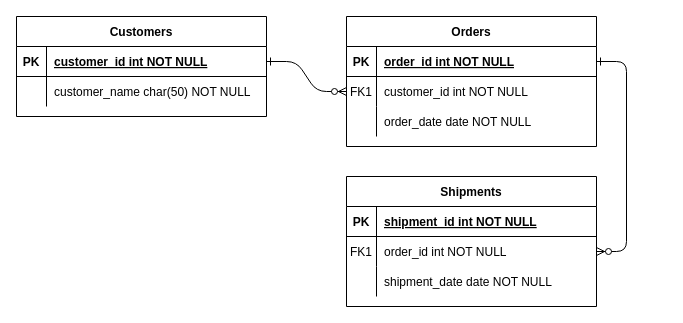
The draw.io diagram document/my_board_erd.drawio in lminjung99/my-board, before the edit. Source tidied: cells renumbered, new cells numbered last; positions are measured from the earlier drawing's top-left corner, leaving out a move shared by most shapes. Both pictures are drawn from the tidied source at 100%, with x=0, y=0 at pixel (16, 16).
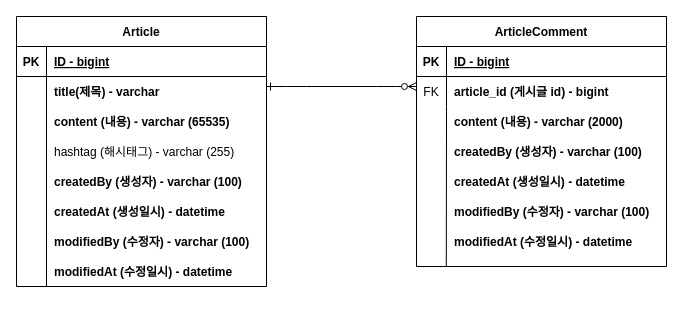
The same page after the edit.

Unchanged cells that the change refers to:
```xml
<mxCell id="5" style="shape=partialRectangle;fillColor=none;points=[[0,0.5],[1,0.5]];portConstraint=eastwest;top=0;left=0;right=0;bottom=1;" parent="4" vertex="1">
  <mxGeometry y="30" width="250" height="30" as="geometry" />
</mxCell>
<mxCell id="8" style="shape=partialRectangle;fillColor=none;points=[[0,0.5],[1,0.5]];portConstraint=eastwest;top=0;left=0;right=0;bottom=0;" parent="4" vertex="1">
  <mxGeometry y="60" width="250" height="30" as="geometry" />
</mxCell>
<mxCell id="11" style="shape=partialRectangle;fillColor=none;top=0;left=0;right=0;bottom=0;" parent="4" vertex="1">
  <mxGeometry y="90" width="250" height="30" as="geometry" />
</mxCell>
<mxCell id="25" style="shape=partialRectangle;fillColor=none;points=[[0,0.5],[1,0.5]];portConstraint=eastwest;top=0;left=0;right=0;bottom=1;" parent="24" vertex="1">
  <mxGeometry y="30" width="250" height="30" as="geometry" />
</mxCell>
<mxCell id="28" style="shape=partialRectangle;fillColor=none;top=0;left=0;right=0;bottom=0;" parent="24" vertex="1">
  <mxGeometry y="60" width="250" height="30" as="geometry" />
</mxCell>
```

Change to the diagram source:
```diff
@@
-    <mxCell id="2" style="edgeStyle=entityRelationEdgeStyle;endArrow=ERzeroToMany;startArrow=ERone;endFill=1;startFill=0;" parent="1" edge="1" source="25" target="8">
-      <mxGeometry relative="1" as="geometry" />
+    <mxCell id="2" style="edgeStyle=entityRelationEdgeStyle;endArrow=ERzeroToMany;startArrow=ERone;endFill=1;startFill=0;" parent="1" edge="1">
+      <mxGeometry relative="1" as="geometry">
+        <mxPoint x="250" y="70" as="sourcePoint" />
+        <mxPoint x="400" y="70" as="targetPoint" />
+      </mxGeometry>
     </mxCell>
-    <mxCell id="3" style="edgeStyle=entityRelationEdgeStyle;endArrow=ERzeroToMany;startArrow=ERone;endFill=1;startFill=0;" parent="1" edge="1" source="5" target="18">
-      <mxGeometry relative="1" as="geometry" />
-    </mxCell>
-    <mxCell id="4" value="Orders" style="shape=table;startSize=30;childLayout=tableLayout;rowLines=0;fontStyle=1;align=center;" parent="1" vertex="1">
-      <mxGeometry x="330" width="250" height="130" as="geometry" />
+    <mxCell id="4" value="ArticleComment" style="shape=table;startSize=30;childLayout=tableLayout;rowLines=0;fontStyle=1;align=center;" parent="1" vertex="1">
+      <mxGeometry x="400" width="250" height="250" as="geometry" />
     </mxCell>
@@
-    <mxCell id="7" value="order_id int NOT NULL " style="shape=partialRectangle;overflow=hidden;fillColor=none;top=0;left=0;bottom=0;right=0;align=left;spacingLeft=6;fontStyle=5;" parent="5" vertex="1">
+    <mxCell id="7" value="ID - bigint" style="shape=partialRectangle;overflow=hidden;fillColor=none;top=0;left=0;bottom=0;right=0;align=left;spacingLeft=6;fontStyle=5;" parent="5" vertex="1">
       <mxGeometry x="30" width="220" height="30" as="geometry" />
     </mxCell>
@@
-    <mxCell id="9" value="FK1" style="shape=partialRectangle;overflow=hidden;fillColor=none;top=0;left=0;bottom=0;right=0;" parent="8" vertex="1">
+    <mxCell id="9" value="FK" style="shape=partialRectangle;overflow=hidden;fillColor=none;top=0;left=0;bottom=0;right=0;" parent="8" vertex="1">
       <mxGeometry width="30" height="30" as="geometry" />
     </mxCell>
-    <mxCell id="10" value="customer_id int NOT NULL" style="shape=partialRectangle;overflow=hidden;fillColor=none;top=0;left=0;bottom=0;right=0;align=left;spacingLeft=6;" parent="8" vertex="1">
+    <mxCell id="10" value="article_id (게시글 id) - bigint" style="shape=partialRectangle;overflow=hidden;fillColor=none;top=0;left=0;bottom=0;right=0;align=left;spacingLeft=6;fontStyle=1;" parent="8" vertex="1">
       <mxGeometry x="30" width="220" height="30" as="geometry" />
     </mxCell>
@@
-    <mxCell id="13" value="order_date date NOT NULL" style="shape=partialRectangle;overflow=hidden;fillColor=none;top=0;left=0;bottom=0;right=0;align=left;spacingLeft=6;" parent="11" vertex="1">
+    <mxCell id="13" value="content (내용) - varchar (2000)" style="shape=partialRectangle;overflow=hidden;fillColor=none;top=0;left=0;bottom=0;right=0;align=left;spacingLeft=6;fontStyle=1;" parent="11" vertex="1">
       <mxGeometry x="30" width="220" height="30" as="geometry" />
     </mxCell>
-    <mxCell id="14" value="Shipments" style="shape=table;startSize=30;childLayout=tableLayout;rowLines=0;fontStyle=1;align=center;" parent="1" vertex="1">
-      <mxGeometry x="330" y="160" width="250" height="130" as="geometry" />
-    </mxCell>
-    <mxCell id="15" style="shape=partialRectangle;fillColor=none;top=0;left=0;right=0;bottom=1;" parent="14" vertex="1">
-      <mxGeometry y="30" width="250" height="30" as="geometry" />
-    </mxCell>
-    <mxCell id="16" value="PK" style="shape=partialRectangle;overflow=hidden;fillColor=none;top=0;left=0;bottom=0;right=0;fontStyle=1;" parent="15" vertex="1">
-      <mxGeometry width="30" height="30" as="geometry" />
-    </mxCell>
-    <mxCell id="17" value="shipment_id int NOT NULL " style="shape=partialRectangle;overflow=hidden;fillColor=none;top=0;left=0;bottom=0;right=0;align=left;spacingLeft=6;fontStyle=5;" parent="15" vertex="1">
-      <mxGeometry x="30" width="220" height="30" as="geometry" />
-    </mxCell>
-    <mxCell id="18" style="shape=partialRectangle;fillColor=none;points=[[0,0.5],[1,0.5]];portConstraint=eastwest;top=0;left=0;right=0;bottom=0;" parent="14" vertex="1">
-      <mxGeometry y="60" width="250" height="30" as="geometry" />
-    </mxCell>
-    <mxCell id="19" value="FK1" style="shape=partialRectangle;overflow=hidden;fillColor=none;top=0;left=0;bottom=0;right=0;" parent="18" vertex="1">
-      <mxGeometry width="30" height="30" as="geometry" />
-    </mxCell>
-    <mxCell id="20" value="order_id int NOT NULL" style="shape=partialRectangle;overflow=hidden;fillColor=none;top=0;left=0;bottom=0;right=0;align=left;spacingLeft=6;" parent="18" vertex="1">
-      <mxGeometry x="30" width="220" height="30" as="geometry" />
-    </mxCell>
-    <mxCell id="21" style="shape=partialRectangle;fillColor=none;top=0;left=0;right=0;bottom=0;" parent="14" vertex="1">
-      <mxGeometry y="90" width="250" height="30" as="geometry" />
-    </mxCell>
-    <mxCell id="22" style="shape=partialRectangle;overflow=hidden;fillColor=none;top=0;left=0;bottom=0;right=0;" parent="21" vertex="1">
-      <mxGeometry width="30" height="30" as="geometry" />
-    </mxCell>
-    <mxCell id="23" value="shipment_date date NOT NULL" style="shape=partialRectangle;overflow=hidden;fillColor=none;top=0;left=0;bottom=0;right=0;align=left;spacingLeft=6;" parent="21" vertex="1">
-      <mxGeometry x="30" width="220" height="30" as="geometry" />
-    </mxCell>
-    <mxCell id="24" value="Customers" style="shape=table;startSize=30;childLayout=tableLayout;rowLines=0;fontStyle=1;align=center;" parent="1" vertex="1">
-      <mxGeometry width="250" height="100" as="geometry" />
+    <mxCell id="24" value="Article" style="shape=table;startSize=30;childLayout=tableLayout;rowLines=0;fontStyle=1;align=center;" parent="1" vertex="1">
+      <mxGeometry width="250" height="270" as="geometry" />
     </mxCell>
@@
-    <mxCell id="27" value="customer_id int NOT NULL " style="shape=partialRectangle;overflow=hidden;fillColor=none;top=0;left=0;bottom=0;right=0;align=left;spacingLeft=6;fontStyle=5;" parent="25" vertex="1">
+    <mxCell id="27" value="ID - bigint" style="shape=partialRectangle;overflow=hidden;fillColor=none;top=0;left=0;bottom=0;right=0;align=left;spacingLeft=6;fontStyle=5;" parent="25" vertex="1">
       <mxGeometry x="30" width="220" height="30" as="geometry" />
     </mxCell>
@@
-    <mxCell id="30" value="customer_name char(50) NOT NULL" style="shape=partialRectangle;overflow=hidden;fillColor=none;top=0;left=0;bottom=0;right=0;align=left;spacingLeft=6;" parent="28" vertex="1">
+    <mxCell id="30" value="title(제목) - varchar" style="shape=partialRectangle;overflow=hidden;fillColor=none;top=0;left=0;bottom=0;right=0;align=left;spacingLeft=6;fontStyle=1;" parent="28" vertex="1">
       <mxGeometry x="30" width="220" height="30" as="geometry" />
     </mxCell>
+    <mxCell id="31" style="shape=partialRectangle;fillColor=none;top=0;left=0;right=0;bottom=0;" parent="1" vertex="1">
+      <mxGeometry y="90" width="250" height="30" as="geometry" />
+    </mxCell>
+    <mxCell id="32" style="shape=partialRectangle;overflow=hidden;fillColor=none;top=0;left=0;bottom=0;right=0;" parent="31" vertex="1">
+      <mxGeometry width="30" height="30" as="geometry" />
+    </mxCell>
+    <mxCell id="33" value="content (내용) - varchar (65535)" style="shape=partialRectangle;overflow=hidden;fillColor=none;top=0;left=0;bottom=0;right=0;align=left;spacingLeft=6;fontStyle=1;" parent="31" vertex="1">
+      <mxGeometry x="30" width="220" height="30" as="geometry" />
+    </mxCell>
+    <mxCell id="34" style="shape=partialRectangle;fillColor=none;top=0;left=0;right=0;bottom=0;" parent="1" vertex="1">
+      <mxGeometry y="150" width="250" height="30" as="geometry" />
+    </mxCell>
+    <mxCell id="35" style="shape=partialRectangle;overflow=hidden;fillColor=none;top=0;left=0;bottom=0;right=0;" parent="34" vertex="1">
+      <mxGeometry width="30" height="30" as="geometry" />
+    </mxCell>
+    <mxCell id="36" value="createdBy (생성자) - varchar (100)" style="shape=partialRectangle;overflow=hidden;fillColor=none;top=0;left=0;bottom=0;right=0;align=left;spacingLeft=6;fontStyle=1;" parent="34" vertex="1">
+      <mxGeometry x="30" width="220" height="30" as="geometry" />
+    </mxCell>
+    <mxCell id="37" style="shape=partialRectangle;fillColor=none;top=0;left=0;right=0;bottom=0;" parent="1" vertex="1">
+      <mxGeometry y="180" width="250" height="30" as="geometry" />
+    </mxCell>
+    <mxCell id="38" style="shape=partialRectangle;overflow=hidden;fillColor=none;top=0;left=0;bottom=0;right=0;" parent="37" vertex="1">
+      <mxGeometry width="30" height="30" as="geometry" />
+    </mxCell>
+    <mxCell id="39" value="createdAt (생성일시) - datetime" style="shape=partialRectangle;overflow=hidden;fillColor=none;top=0;left=0;bottom=0;right=0;align=left;spacingLeft=6;fontStyle=1;" parent="37" vertex="1">
+      <mxGeometry x="30" width="220" height="30" as="geometry" />
+    </mxCell>
+    <mxCell id="40" style="shape=partialRectangle;fillColor=none;top=0;left=0;right=0;bottom=0;" parent="1" vertex="1">
+      <mxGeometry y="210" width="250" height="30" as="geometry" />
+    </mxCell>
+    <mxCell id="41" style="shape=partialRectangle;overflow=hidden;fillColor=none;top=0;left=0;bottom=0;right=0;" parent="40" vertex="1">
+      <mxGeometry width="30" height="30" as="geometry" />
+    </mxCell>
+    <mxCell id="42" value="modifiedBy (수정자) - varchar (100)" style="shape=partialRectangle;overflow=hidden;fillColor=none;top=0;left=0;bottom=0;right=0;align=left;spacingLeft=6;fontStyle=1;" parent="40" vertex="1">
+      <mxGeometry x="30" width="220" height="30" as="geometry" />
+    </mxCell>
+    <mxCell id="43" style="shape=partialRectangle;fillColor=none;top=0;left=0;right=0;bottom=0;" parent="1" vertex="1">
+      <mxGeometry y="240" width="250" height="30" as="geometry" />
+    </mxCell>
+    <mxCell id="44" style="shape=partialRectangle;overflow=hidden;fillColor=none;top=0;left=0;bottom=0;right=0;" parent="43" vertex="1">
+      <mxGeometry width="30" height="30" as="geometry" />
+    </mxCell>
+    <mxCell id="45" value="modifiedAt (수정일시) - datetime" style="shape=partialRectangle;overflow=hidden;fillColor=none;top=0;left=0;bottom=0;right=0;align=left;spacingLeft=6;fontStyle=1;" parent="43" vertex="1">
+      <mxGeometry x="30" width="220" height="30" as="geometry" />
+    </mxCell>
+    <mxCell id="46" style="shape=partialRectangle;overflow=hidden;fillColor=none;top=0;left=0;bottom=0;right=0;" parent="1" vertex="1">
+      <mxGeometry y="90" width="30" height="30" as="geometry" />
+    </mxCell>
+    <mxCell id="47" style="shape=partialRectangle;fillColor=none;top=0;left=0;right=0;bottom=0;" parent="1" vertex="1">
+      <mxGeometry y="110" width="250" height="30" as="geometry" />
+    </mxCell>
+    <mxCell id="48" style="shape=partialRectangle;overflow=hidden;fillColor=none;top=0;left=0;bottom=0;right=0;" parent="47" vertex="1">
+      <mxGeometry width="30" height="30" as="geometry" />
+    </mxCell>
+    <mxCell id="49" value="hashtag (해시태그) - varchar (255)" style="shape=partialRectangle;overflow=hidden;fillColor=none;top=0;left=0;bottom=0;right=0;align=left;spacingLeft=6;" parent="47" vertex="1">
+      <mxGeometry x="30" y="10" width="220" height="30" as="geometry" />
+    </mxCell>
+    <mxCell id="50" style="endArrow=none;html=1;rounded=0;fontSize=12;startSize=8;endSize=8;" parent="1" edge="1">
+      <mxGeometry relative="1" as="geometry">
+        <mxPoint x="30" y="270" as="sourcePoint" />
+        <mxPoint x="30" y="88" as="targetPoint" />
+      </mxGeometry>
+    </mxCell>
+    <mxCell id="51" style="endArrow=none;html=1;rounded=0;fontSize=12;startSize=8;endSize=8;exitX=0.119;exitY=1.085;exitDx=0;exitDy=0;exitPerimeter=0;" parent="1" edge="1">
+      <mxGeometry relative="1" as="geometry">
+        <mxPoint x="429.8" y="250.5" as="sourcePoint" />
+        <mxPoint x="430" y="108" as="targetPoint" />
+      </mxGeometry>
+    </mxCell>
+    <mxCell id="52" style="shape=partialRectangle;fillColor=none;top=0;left=0;right=0;bottom=0;" parent="1" vertex="1">
+      <mxGeometry x="400" y="120" width="250" height="30" as="geometry" />
+    </mxCell>
+    <mxCell id="53" style="shape=partialRectangle;overflow=hidden;fillColor=none;top=0;left=0;bottom=0;right=0;" parent="52" vertex="1">
+      <mxGeometry width="30" height="30" as="geometry" />
+    </mxCell>
+    <mxCell id="54" value="createdBy (생성자) - varchar (100)" style="shape=partialRectangle;overflow=hidden;fillColor=none;top=0;left=0;bottom=0;right=0;align=left;spacingLeft=6;fontStyle=1;" parent="52" vertex="1">
+      <mxGeometry x="30" width="220" height="30" as="geometry" />
+    </mxCell>
+    <mxCell id="55" style="shape=partialRectangle;fillColor=none;top=0;left=0;right=0;bottom=0;" parent="1" vertex="1">
+      <mxGeometry x="400" y="150" width="250" height="30" as="geometry" />
+    </mxCell>
+    <mxCell id="56" style="shape=partialRectangle;overflow=hidden;fillColor=none;top=0;left=0;bottom=0;right=0;" parent="55" vertex="1">
+      <mxGeometry width="30" height="30" as="geometry" />
+    </mxCell>
+    <mxCell id="57" value="createdAt (생성일시) - datetime" style="shape=partialRectangle;overflow=hidden;fillColor=none;top=0;left=0;bottom=0;right=0;align=left;spacingLeft=6;fontStyle=1;" parent="55" vertex="1">
+      <mxGeometry x="30" width="220" height="30" as="geometry" />
+    </mxCell>
+    <mxCell id="58" style="shape=partialRectangle;fillColor=none;top=0;left=0;right=0;bottom=0;" parent="1" vertex="1">
+      <mxGeometry x="400" y="180" width="250" height="30" as="geometry" />
+    </mxCell>
+    <mxCell id="59" style="shape=partialRectangle;overflow=hidden;fillColor=none;top=0;left=0;bottom=0;right=0;" parent="58" vertex="1">
+      <mxGeometry width="30" height="30" as="geometry" />
+    </mxCell>
+    <mxCell id="60" value="modifiedBy (수정자) - varchar (100)" style="shape=partialRectangle;overflow=hidden;fillColor=none;top=0;left=0;bottom=0;right=0;align=left;spacingLeft=6;fontStyle=1;" parent="58" vertex="1">
+      <mxGeometry x="30" width="220" height="30" as="geometry" />
+    </mxCell>
+    <mxCell id="61" style="shape=partialRectangle;fillColor=none;top=0;left=0;right=0;bottom=0;" parent="1" vertex="1">
+      <mxGeometry x="400" y="210" width="250" height="30" as="geometry" />
+    </mxCell>
+    <mxCell id="62" style="shape=partialRectangle;overflow=hidden;fillColor=none;top=0;left=0;bottom=0;right=0;" parent="61" vertex="1">
+      <mxGeometry width="30" height="30" as="geometry" />
+    </mxCell>
+    <mxCell id="63" value="modifiedAt (수정일시) - datetime" style="shape=partialRectangle;overflow=hidden;fillColor=none;top=0;left=0;bottom=0;right=0;align=left;spacingLeft=6;fontStyle=1;" parent="61" vertex="1">
+      <mxGeometry x="30" width="220" height="30" as="geometry" />
+    </mxCell>
```
